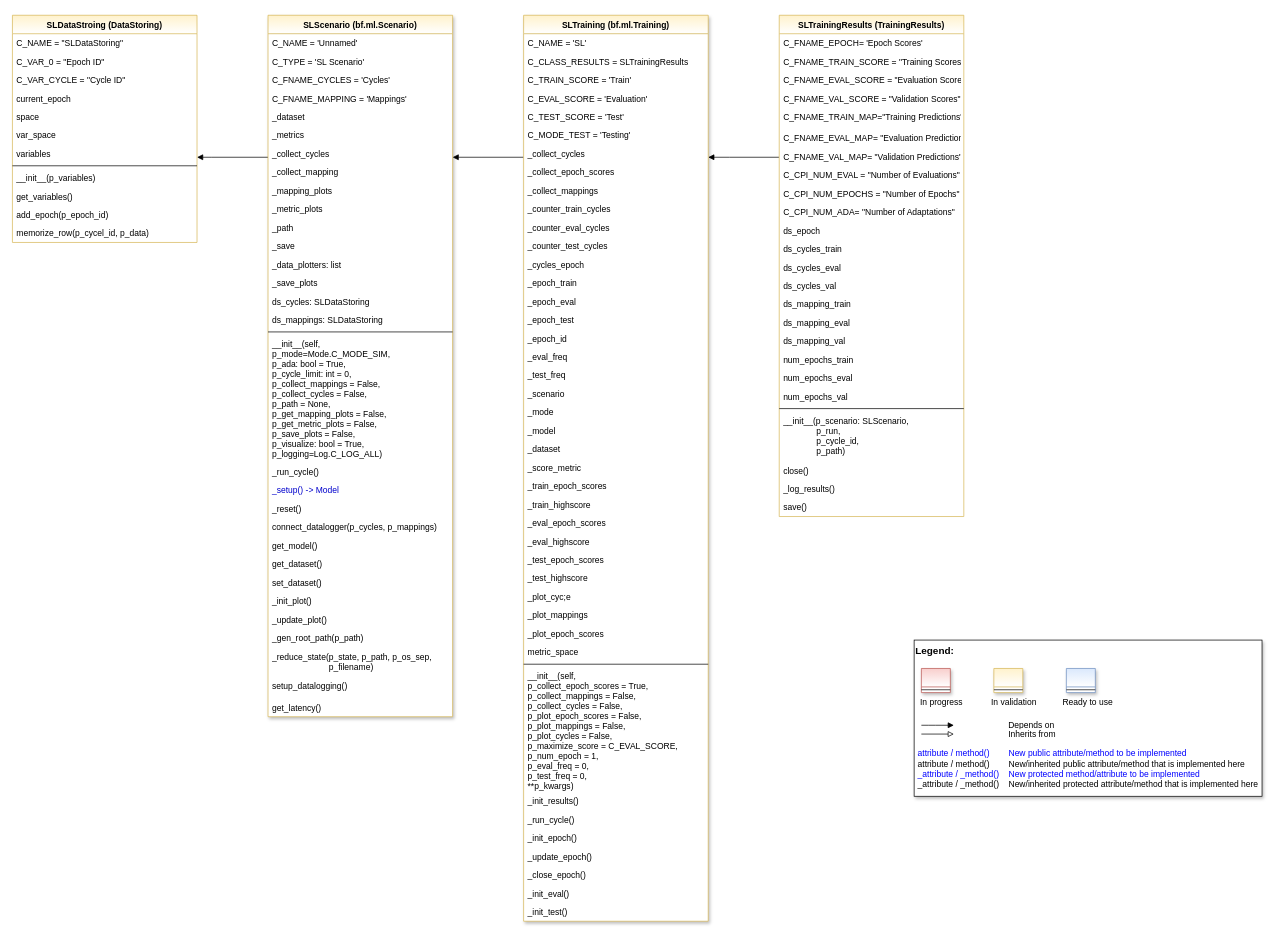
This is doc/rtd/content/04_appendices/appendix2/sub/core/mlpro_sl/images/MLPro-SL-Models_training.drawio from fhswf/MLPro, a draw.io file, before an edit. Source tidied: cells renumbered, new cells numbered last; positions are measured from the earlier drawing's top-left corner, leaving out a move shared by most shapes. Both pictures are drawn from the tidied source at 71%, with x=0, y=0 at pixel (12, 15).
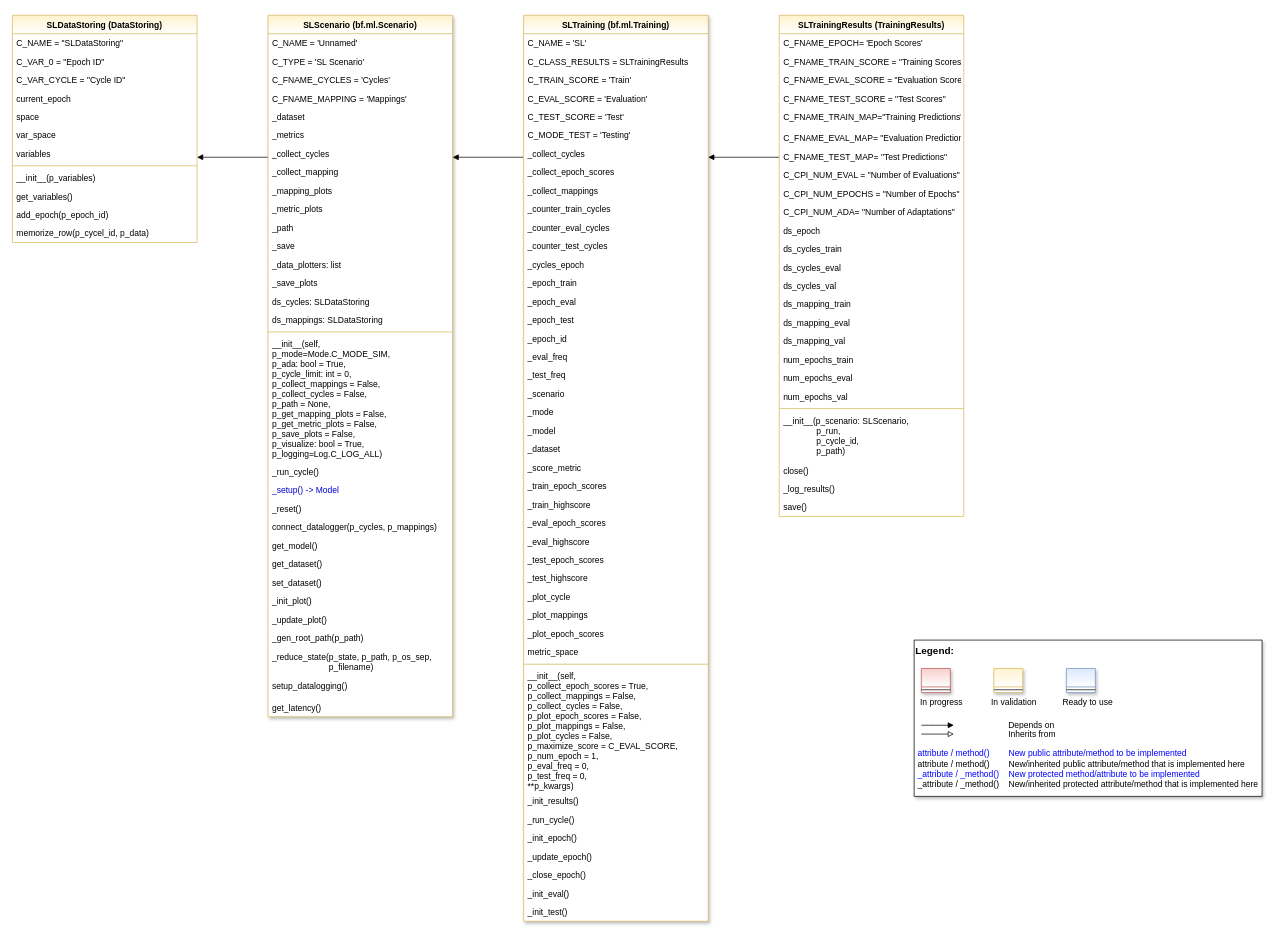
The same page after the edit.

The change refers to these unchanged cells:
```xml
<mxCell id="3" value="SLTraining (bf.ml.Training)" style="swimlane;fontStyle=1;align=center;verticalAlign=top;horizontal=1;startSize=26;rounded=0;shadow=1;strokeWidth=1;fillColor=#fff2cc;strokeColor=#d6b656;swimlaneFillColor=default;gradientColor=#FFFFFF;" parent="1" vertex="1">
  <mxGeometry x="720" width="260" height="1276" as="geometry" />
</mxCell>
<mxCell id="48" value="SLScenario (bf.ml.Scenario)" style="swimlane;fontStyle=1;align=center;verticalAlign=top;horizontal=1;startSize=26;rounded=0;shadow=1;strokeWidth=1;fillColor=#fff2cc;strokeColor=#d6b656;swimlaneFillColor=default;gradientColor=#FFFFFF;" parent="1" vertex="1">
  <mxGeometry x="360" width="260" height="988" as="geometry" />
</mxCell>
<mxCell id="81" value="SLTrainingResults (TrainingResults)" style="swimlane;fontStyle=1;align=center;verticalAlign=top;horizontal=1;startSize=26;fillColor=#fff2cc;strokeColor=#d6b656;swimlaneFillColor=default;gradientColor=#FFFFFF;" parent="1" vertex="1">
  <mxGeometry x="1080" width="260" height="706" as="geometry" />
</mxCell>
```

What changed in the source:
```diff
@@
-    <mxCell id="34" value="_plot_cyc;e" style="text;align=left;verticalAlign=top;spacingLeft=4;spacingRight=4;overflow=hidden;" parent="3" vertex="1">
+    <mxCell id="34" value="_plot_cycle" style="text;align=left;verticalAlign=top;spacingLeft=4;spacingRight=4;overflow=hidden;" parent="3" vertex="1">
       <mxGeometry y="806" width="260" height="26" as="geometry" />
     </mxCell>
@@
-    <mxCell id="38" style="line;html=1;strokeWidth=1;align=left;verticalAlign=middle;spacingTop=-1;spacingLeft=3;spacingRight=3;labelPosition=right;" parent="3" vertex="1">
+    <mxCell id="38" style="line;html=1;strokeWidth=1;align=left;verticalAlign=middle;spacingTop=-1;spacingLeft=3;spacingRight=3;labelPosition=right;fillColor=#fff2cc;strokeColor=#d6b656;" parent="3" vertex="1">
       <mxGeometry y="910" width="260" height="8" as="geometry" />
     </mxCell>
@@
-    <mxCell id="65" style="line;html=1;strokeWidth=1;align=left;verticalAlign=middle;spacingTop=-1;spacingLeft=3;spacingRight=3;labelPosition=right;" parent="48" vertex="1">
+    <mxCell id="65" style="line;html=1;strokeWidth=1;align=left;verticalAlign=middle;spacingTop=-1;spacingLeft=3;spacingRight=3;labelPosition=right;fillColor=#fff2cc;strokeColor=#d6b656;" parent="48" vertex="1">
       <mxGeometry y="442" width="260" height="8" as="geometry" />
     </mxCell>
@@
-    <mxCell id="85" value="C_FNAME_VAL_SCORE = &quot;Validation Scores&quot;" style="text;strokeColor=none;fillColor=none;align=left;verticalAlign=top;spacingLeft=4;spacingRight=4;overflow=hidden;" parent="81" vertex="1">
+    <mxCell id="85" value="C_FNAME_TEST_SCORE = &quot;Test Scores&quot;" style="text;strokeColor=none;fillColor=none;align=left;verticalAlign=top;spacingLeft=4;spacingRight=4;overflow=hidden;" parent="81" vertex="1">
       <mxGeometry y="104" width="260" height="26" as="geometry" />
     </mxCell>
@@
-    <mxCell id="88" value="C_FNAME_VAL_MAP= &quot;Validation Predictions&quot;" style="text;strokeColor=none;fillColor=none;align=left;verticalAlign=top;spacingLeft=4;spacingRight=4;overflow=hidden;" parent="81" vertex="1">
+    <mxCell id="88" value="C_FNAME_TEST_MAP= &quot;Test Predictions&quot;" style="text;strokeColor=none;fillColor=none;align=left;verticalAlign=top;spacingLeft=4;spacingRight=4;overflow=hidden;" parent="81" vertex="1">
       <mxGeometry y="186" width="260" height="26" as="geometry" />
     </mxCell>
@@
-    <mxCell id="102" style="line;strokeWidth=1;fillColor=none;align=left;verticalAlign=middle;spacingTop=-1;spacingLeft=3;spacingRight=3;labelPosition=right;" parent="81" vertex="1">
+    <mxCell id="102" style="line;strokeWidth=1;fillColor=#fff2cc;align=left;verticalAlign=middle;spacingTop=-1;spacingLeft=3;spacingRight=3;labelPosition=right;strokeColor=#d6b656;" parent="81" vertex="1">
       <mxGeometry y="550" width="260" height="8" as="geometry" />
     </mxCell>
@@
-    <mxCell id="107" value="SLDataStroing (DataStoring)" style="swimlane;fontStyle=1;align=center;verticalAlign=top;horizontal=1;startSize=26;fillColor=#fff2cc;strokeColor=#d6b656;gradientColor=#FFFFFF;swimlaneFillColor=default;" parent="1" vertex="1">
+    <mxCell id="107" value="SLDataStoring (DataStoring)" style="swimlane;fontStyle=1;align=center;verticalAlign=top;horizontal=1;startSize=26;fillColor=#fff2cc;strokeColor=#d6b656;gradientColor=#FFFFFF;swimlaneFillColor=default;" parent="1" vertex="1">
       <mxGeometry width="260" height="320" as="geometry" />
     </mxCell>
@@
-    <mxCell id="115" style="line;strokeWidth=1;fillColor=none;align=left;verticalAlign=middle;spacingTop=-1;spacingLeft=3;spacingRight=3;labelPosition=right;" parent="107" vertex="1">
+    <mxCell id="115" style="line;strokeWidth=1;fillColor=#fff2cc;align=left;verticalAlign=middle;spacingTop=-1;spacingLeft=3;spacingRight=3;labelPosition=right;strokeColor=#d6b656;" parent="107" vertex="1">
       <mxGeometry y="208" width="260" height="8" as="geometry" />
     </mxCell>
```
